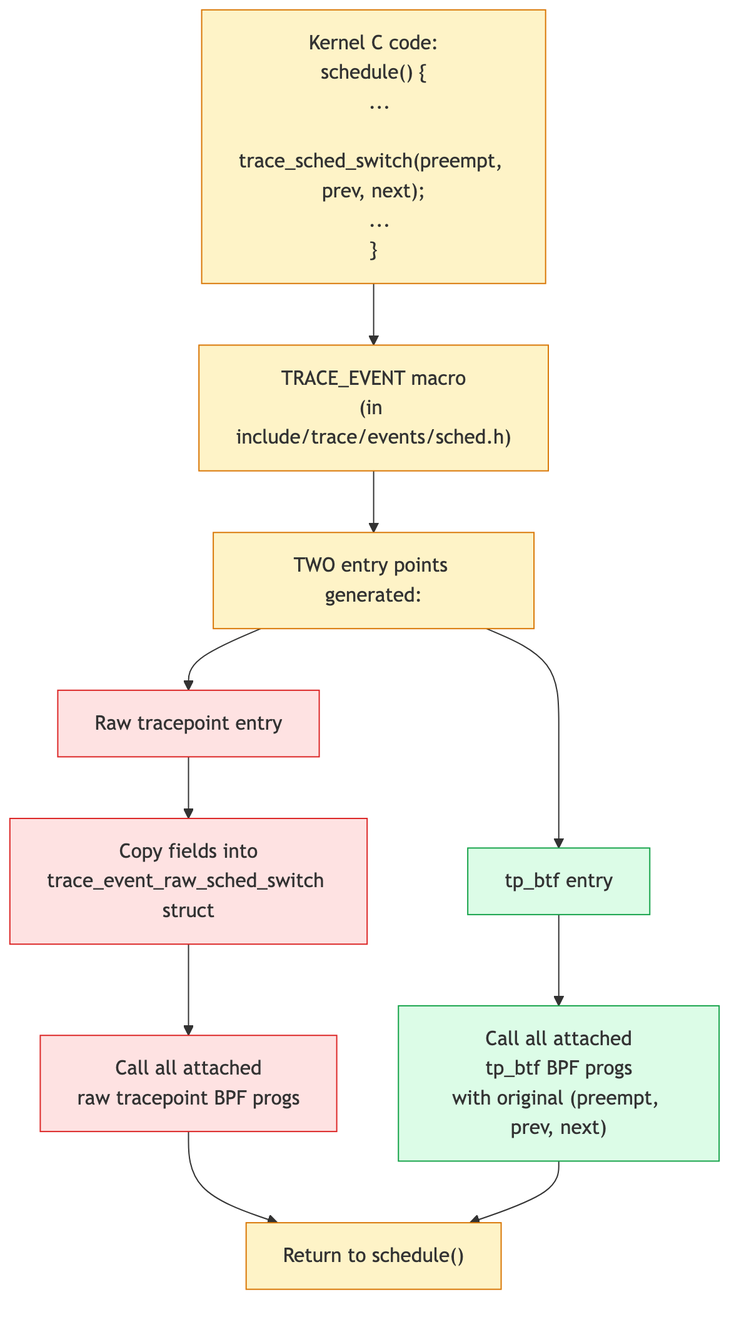
Earlier version of the Mermaid export ebpf/src/diagrams/day08_dispatch.png (biefy/books). Its source is kept beside it as ebpf/src/diagrams/src/day08_dispatch.mmd. Its diagram source:
```mermaid
flowchart TD
    K1["Kernel C code:<br/>schedule() {<br/>  ...<br/>  trace_sched_switch(preempt, prev, next);<br/>  ...<br/>}"]
    Macro["TRACE_EVENT macro<br/>(in include/trace/events/sched.h)"]
    Two["TWO entry points generated:"]

    PathRaw["Raw tracepoint entry"]
    PathBTF["tp_btf entry"]

    RawCopy["Copy fields into<br/>trace_event_raw_sched_switch struct"]
    RawCall["Call all attached<br/>raw tracepoint BPF progs"]

    BTFCall["Call all attached<br/>tp_btf BPF progs<br/>with original (preempt, prev, next)"]

    Cont["Return to schedule()"]

    K1 --> Macro
    Macro --> Two
    Two --> PathRaw
    Two --> PathBTF

    PathRaw --> RawCopy --> RawCall --> Cont
    PathBTF --> BTFCall --> Cont

    classDef kern fill:#fef3c7,stroke:#d97706
    classDef raw fill:#fee2e2,stroke:#dc2626
    classDef btf fill:#dcfce7,stroke:#16a34a
    class K1,Macro,Two,Cont kern
    class PathRaw,RawCopy,RawCall raw
    class PathBTF,BTFCall btf
```
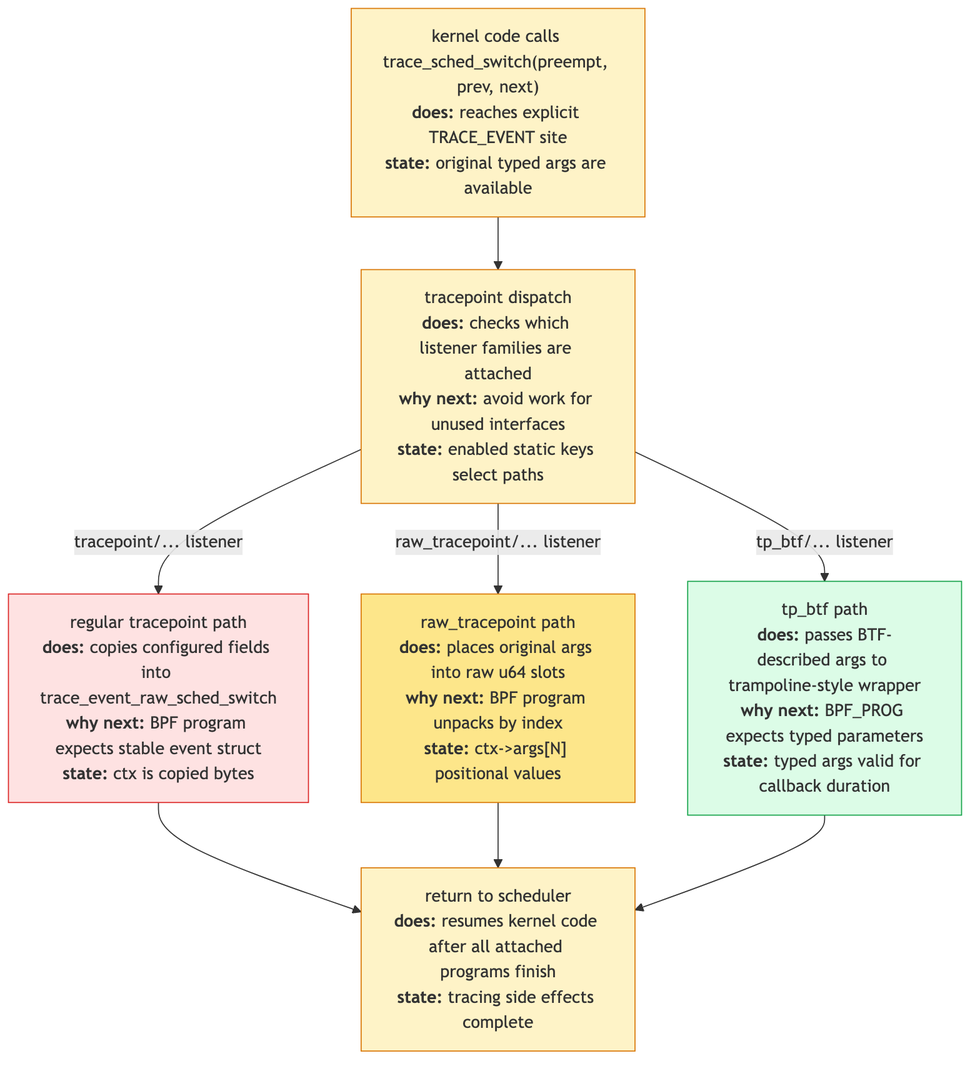
After the change.

The edit, as a diff of the source:
```diff
@@ -1,29 +1,21 @@
 flowchart TD
-    K1["Kernel C code:<br/>schedule() {<br/>  ...<br/>  trace_sched_switch(preempt, prev, next);<br/>  ...<br/>}"]
-    Macro["TRACE_EVENT macro<br/>(in include/trace/events/sched.h)"]
-    Two["TWO entry points generated:"]
+    Call["kernel code calls trace_sched_switch(preempt, prev, next)<br/><b>does:</b> reaches explicit TRACE_EVENT site<br/><b>state:</b> original typed args are available"]
+    Gate["tracepoint dispatch<br/><b>does:</b> checks which listener families are attached<br/><b>why next:</b> avoid work for unused interfaces<br/><b>state:</b> enabled static keys select paths"]
+    Copy["regular tracepoint path<br/><b>does:</b> copies configured fields into trace_event_raw_sched_switch<br/><b>why next:</b> BPF program expects stable event struct<br/><b>state:</b> ctx is copied bytes"]
+    Raw["raw_tracepoint path<br/><b>does:</b> places original args into raw u64 slots<br/><b>why next:</b> BPF program unpacks by index<br/><b>state:</b> ctx->args[N] positional values"]
+    BTF["tp_btf path<br/><b>does:</b> passes BTF-described args to trampoline-style wrapper<br/><b>why next:</b> BPF_PROG expects typed parameters<br/><b>state:</b> typed args valid for callback duration"]
+    Return["return to scheduler<br/><b>does:</b> resumes kernel code after all attached programs finish<br/><b>state:</b> tracing side effects complete"]
 
-    PathRaw["Raw tracepoint entry"]
-    PathBTF["tp_btf entry"]
-
-    RawCopy["Copy fields into<br/>trace_event_raw_sched_switch struct"]
-    RawCall["Call all attached<br/>raw tracepoint BPF progs"]
-
-    BTFCall["Call all attached<br/>tp_btf BPF progs<br/>with original (preempt, prev, next)"]
-
-    Cont["Return to schedule()"]
-
-    K1 --> Macro
-    Macro --> Two
-    Two --> PathRaw
-    Two --> PathBTF
-
-    PathRaw --> RawCopy --> RawCall --> Cont
-    PathBTF --> BTFCall --> Cont
+    Call --> Gate
+    Gate -->|tracepoint/... listener| Copy --> Return
+    Gate -->|raw_tracepoint/... listener| Raw --> Return
+    Gate -->|tp_btf/... listener| BTF --> Return
 
     classDef kern fill:#fef3c7,stroke:#d97706
-    classDef raw fill:#fee2e2,stroke:#dc2626
+    classDef regular fill:#fee2e2,stroke:#dc2626
+    classDef raw fill:#fde68a,stroke:#d97706
     classDef btf fill:#dcfce7,stroke:#16a34a
-    class K1,Macro,Two,Cont kern
-    class PathRaw,RawCopy,RawCall raw
-    class PathBTF,BTFCall btf
+    class Call,Gate,Return kern
+    class Copy regular
+    class Raw raw
+    class BTF btf
```
